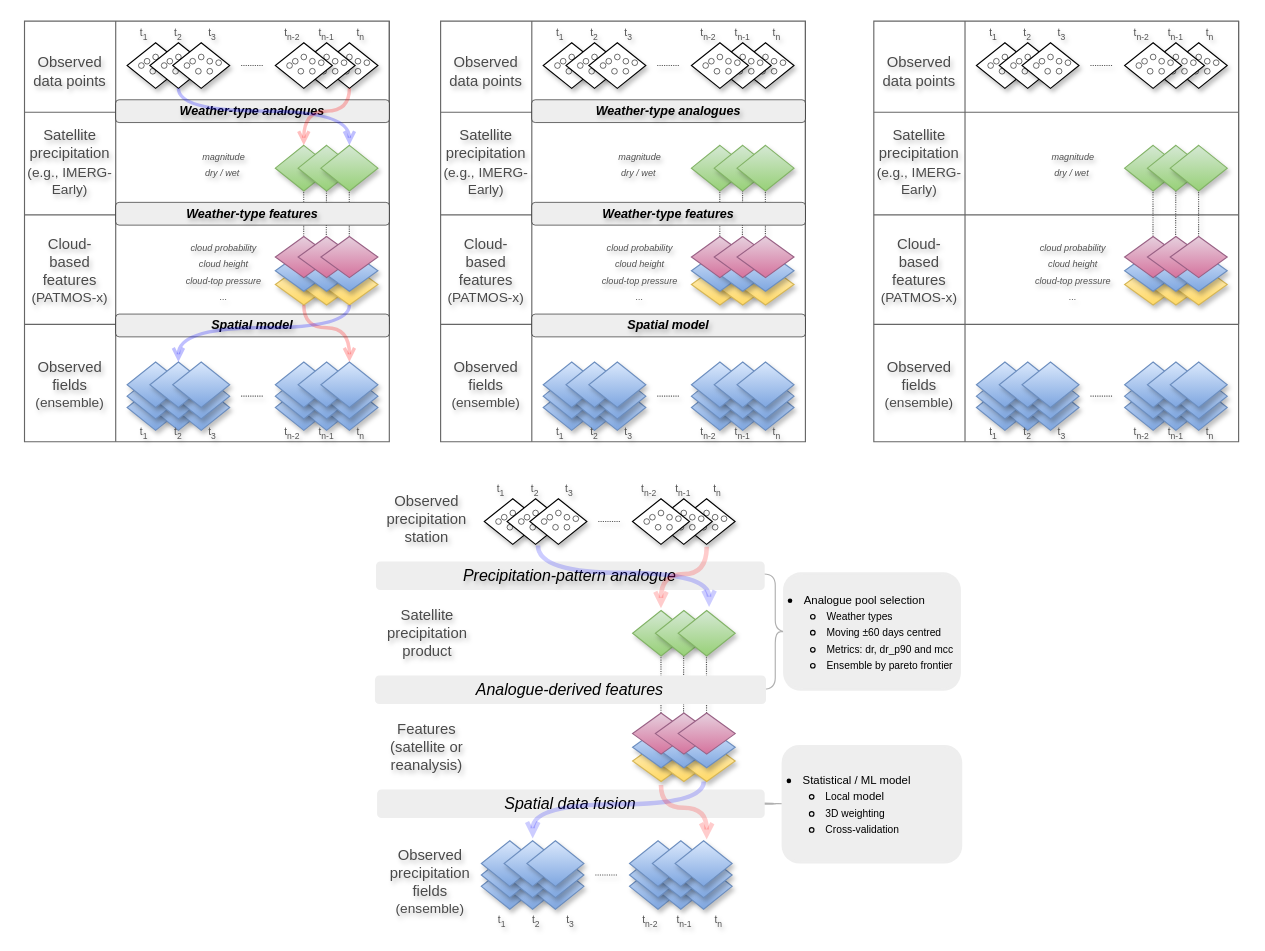
Earlier version of the draw.io diagram grid-workflow.drawio (adrHuerta/diagrams). Source tidied: cells renumbered, new cells numbered last; positions are measured from the earlier drawing's top-left corner, leaving out a move shared by most shapes. Both pictures are drawn from the tidied source at 114%, with x=0, y=0 at pixel (24, 19).
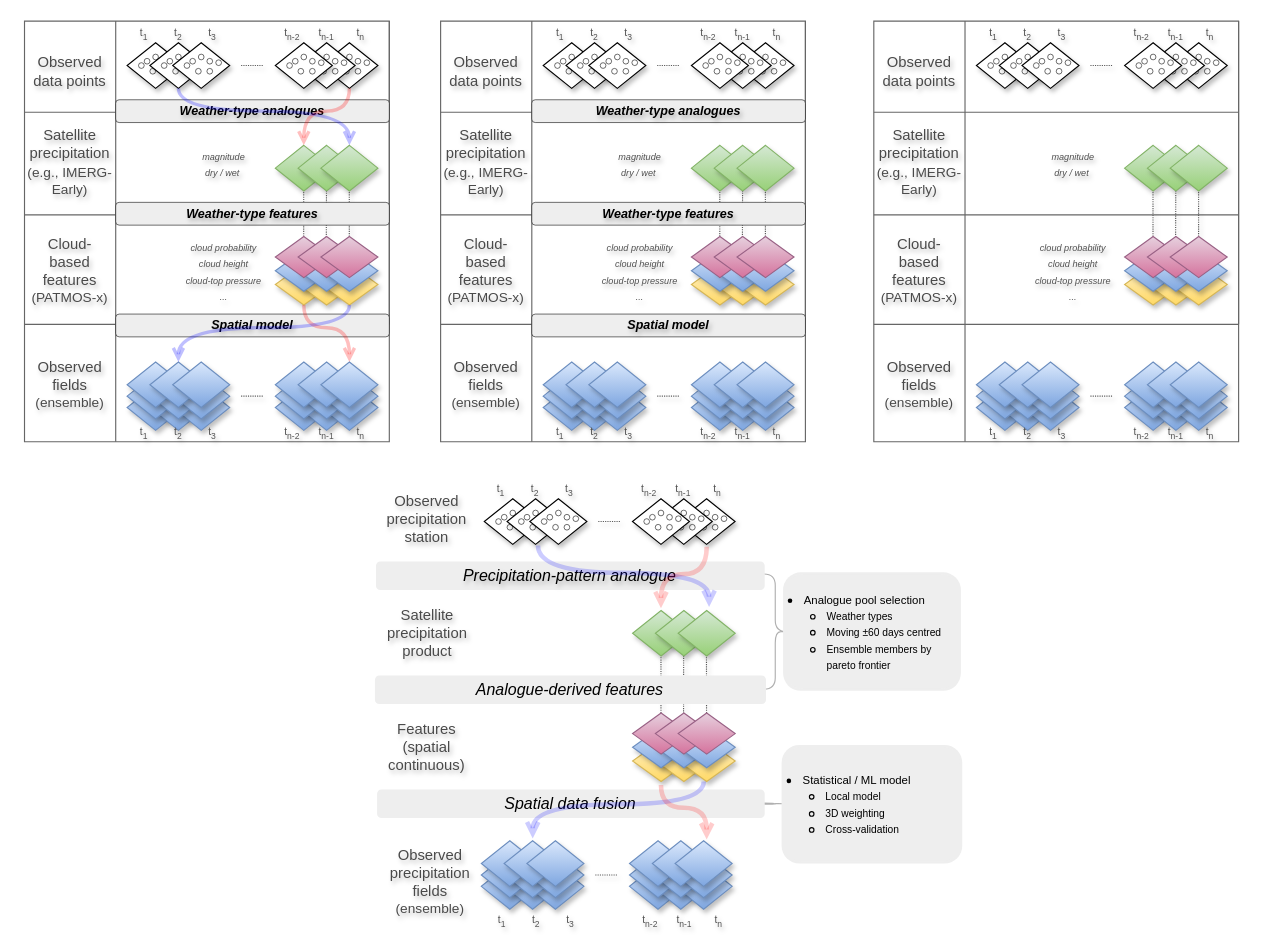
The same page after the edit.

Change to the diagram source:
```diff
@@
-    <mxCell id="379" value="Features&lt;br&gt;(satellite or reanalysis)" style="text;html=1;align=center;verticalAlign=middle;whiteSpace=wrap;rounded=0;rotation=0;fontStyle=0;fontColor=#4A4A4A;fontSize=13;shadow=1;textShadow=1;labelBorderColor=none;labelBackgroundColor=none;" parent="1" vertex="1">
+    <mxCell id="379" value="Features&lt;br&gt;(spatial continuous)" style="text;html=1;align=center;verticalAlign=middle;whiteSpace=wrap;rounded=0;rotation=0;fontStyle=0;fontColor=#4A4A4A;fontSize=13;shadow=1;textShadow=1;labelBorderColor=none;labelBackgroundColor=none;" parent="1" vertex="1">
       <mxGeometry x="308.4" y="600" width="90.1" height="75" as="geometry" />
     </mxCell>
@@
-    <mxCell id="485" value="&lt;ul style=&quot;margin-top: 12px; padding-left: 15px;&quot;&gt;&lt;li&gt;&lt;span style=&quot;background-color: transparent; color: light-dark(rgb(0, 0, 0), rgb(255, 255, 255));&quot;&gt;&lt;font style=&quot;font-size: 10px;&quot;&gt;Analogue pool selection&lt;/font&gt;&lt;/span&gt;&lt;/li&gt;&lt;ul style=&quot;padding-left: 20px;&quot;&gt;&lt;li&gt;&lt;font style=&quot;font-size: 9px;&quot;&gt;Weather types&lt;/font&gt;&lt;/li&gt;&lt;li&gt;&lt;font style=&quot;font-size: 9px;&quot;&gt;Moving ±60 days centred&lt;/font&gt;&lt;/li&gt;&lt;li&gt;&lt;font style=&quot;font-size: 9px;&quot;&gt;Metrics: dr, dr_p90 and mcc&lt;/font&gt;&lt;/li&gt;&lt;/ul&gt;&lt;ul style=&quot;padding-left: 20px;&quot;&gt;&lt;li&gt;&lt;font style=&quot;font-size: 9px;&quot;&gt;Ensemble by pareto frontier&lt;/font&gt;&lt;/li&gt;&lt;/ul&gt;&lt;/ul&gt;&lt;div&gt;&lt;div&gt;&lt;/div&gt;&lt;/div&gt;" style="shape=ext;double=1;rounded=1;whiteSpace=wrap;html=1;fillColor=#eeeeee;strokeColor=none;align=left;" parent="1" vertex="1">
+    <mxCell id="485" value="&lt;ul style=&quot;margin-top: 12px; padding-left: 15px;&quot;&gt;&lt;li&gt;&lt;span style=&quot;background-color: transparent; color: light-dark(rgb(0, 0, 0), rgb(255, 255, 255));&quot;&gt;&lt;font style=&quot;font-size: 10px;&quot;&gt;Analogue pool selection&lt;/font&gt;&lt;/span&gt;&lt;/li&gt;&lt;ul style=&quot;padding-left: 20px;&quot;&gt;&lt;li&gt;&lt;font style=&quot;font-size: 9px;&quot;&gt;Weather types&lt;/font&gt;&lt;/li&gt;&lt;li&gt;&lt;font style=&quot;font-size: 9px;&quot;&gt;Moving ±60 days centred&lt;/font&gt;&lt;/li&gt;&lt;li&gt;&lt;font style=&quot;font-size: 9px;&quot;&gt;Ensemble members by pareto frontier&lt;/font&gt;&lt;/li&gt;&lt;/ul&gt;&lt;/ul&gt;&lt;div&gt;&lt;div&gt;&lt;/div&gt;&lt;/div&gt;" style="shape=ext;double=1;rounded=1;whiteSpace=wrap;html=1;fillColor=#eeeeee;strokeColor=none;align=left;" parent="1" vertex="1">
       <mxGeometry x="665.4" y="484.5" width="156" height="104" as="geometry" />
     </mxCell>
-    <mxCell id="486" value="&lt;ul style=&quot;margin-top: 12px; padding-left: 15px;&quot;&gt;&lt;li&gt;&lt;span style=&quot;font-size: 10px;&quot;&gt;Statistical / ML model&lt;/span&gt;&lt;/li&gt;&lt;ul style=&quot;padding-left: 20px;&quot;&gt;&lt;li&gt;&lt;font style=&quot;&quot;&gt;&lt;font style=&quot;font-size: 9px;&quot;&gt;Local&lt;/font&gt;&lt;span style=&quot;font-size: 10px;&quot;&gt;&amp;nbsp;model&lt;/span&gt;&lt;/font&gt;&lt;/li&gt;&lt;li&gt;&lt;span style=&quot;font-size: 9px; background-color: transparent; color: light-dark(rgb(0, 0, 0), rgb(255, 255, 255));&quot;&gt;3D weighting&lt;/span&gt;&lt;/li&gt;&lt;li&gt;&lt;font style=&quot;font-size: 9px;&quot;&gt;Cross-validation&lt;/font&gt;&lt;/li&gt;&lt;/ul&gt;&lt;/ul&gt;&lt;div&gt;&lt;div&gt;&lt;/div&gt;&lt;/div&gt;" style="shape=ext;double=1;rounded=1;whiteSpace=wrap;html=1;fillColor=#eeeeee;strokeColor=none;align=left;" parent="1" vertex="1">
+    <mxCell id="486" value="&lt;ul style=&quot;margin-top: 12px; padding-left: 15px;&quot;&gt;&lt;li&gt;&lt;span style=&quot;font-size: 10px;&quot;&gt;Statistical / ML model&lt;/span&gt;&lt;/li&gt;&lt;ul style=&quot;padding-left: 20px;&quot;&gt;&lt;li&gt;&lt;font style=&quot;font-size: 9px;&quot;&gt;&lt;font style=&quot;&quot;&gt;Local&lt;/font&gt;&amp;nbsp;model&lt;/font&gt;&lt;/li&gt;&lt;li&gt;&lt;span style=&quot;background-color: transparent; color: light-dark(rgb(0, 0, 0), rgb(255, 255, 255));&quot;&gt;&lt;font style=&quot;font-size: 9px;&quot;&gt;3D weighting&lt;/font&gt;&lt;/span&gt;&lt;/li&gt;&lt;li&gt;&lt;font style=&quot;font-size: 9px;&quot;&gt;Cross-validation&lt;/font&gt;&lt;/li&gt;&lt;/ul&gt;&lt;/ul&gt;&lt;div&gt;&lt;div&gt;&lt;/div&gt;&lt;/div&gt;" style="shape=ext;double=1;rounded=1;whiteSpace=wrap;html=1;fillColor=#eeeeee;strokeColor=none;align=left;" parent="1" vertex="1">
       <mxGeometry x="664.1" y="636" width="158.5" height="104" as="geometry" />
     </mxCell>
```
